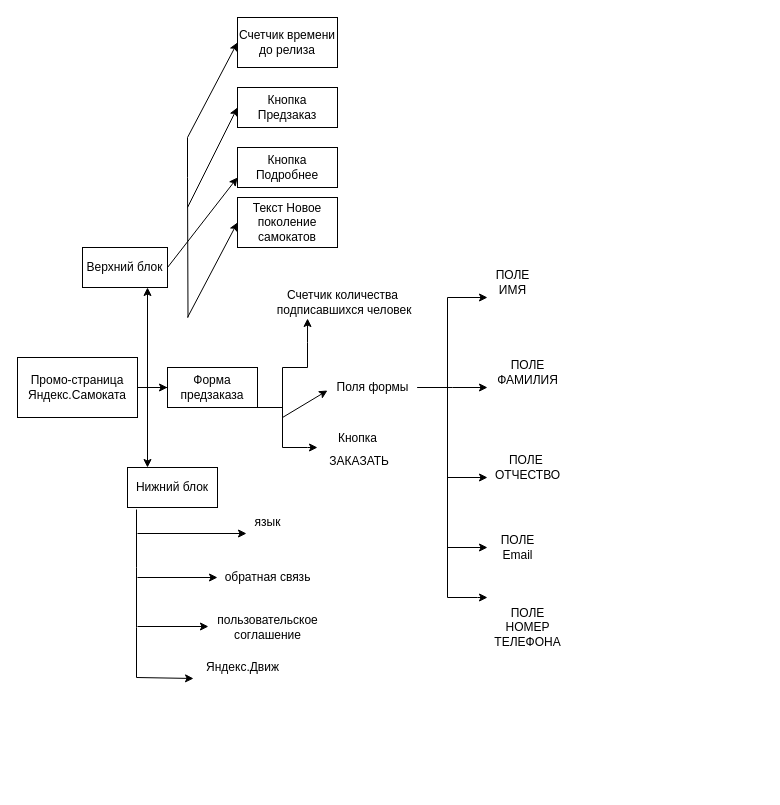
azatmuhamedov/hello-world keeps this draw.io diagram as Untitled Diagram.drawio. Above is the earlier version. Source tidied: cells renumbered, new cells numbered last; positions are measured from the earlier drawing's top-left corner, leaving out a move shared by most shapes. Both pictures are drawn from the tidied source at 100%, with x=0, y=0 at pixel (17, 17).
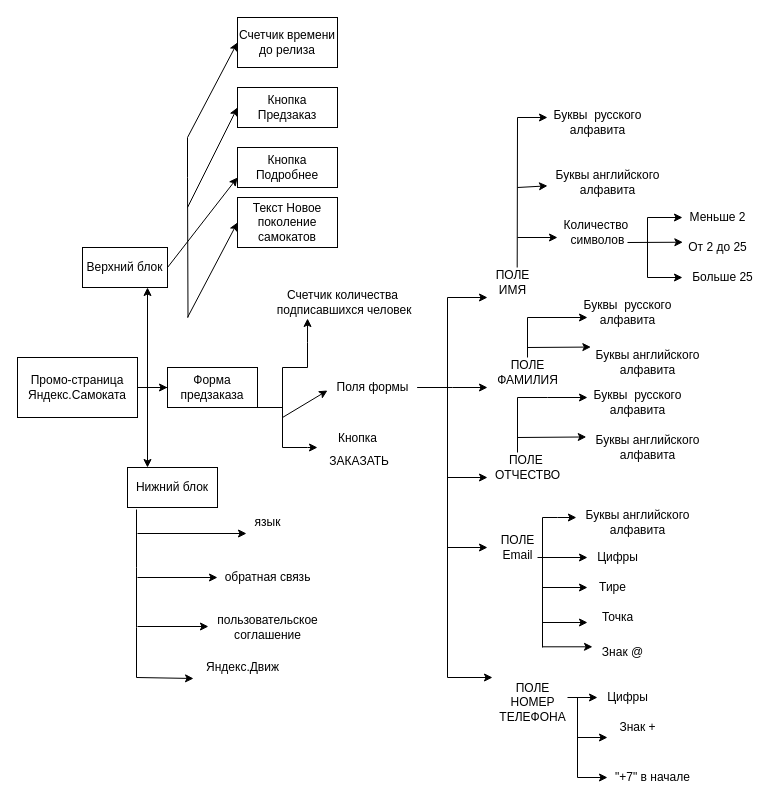
The same diagram, later.

The change refers to these unchanged cells:
```xml
<mxCell id="23" value="Поля формы" style="text;html=1;align=center;verticalAlign=middle;points=[];strokeColor=none;fillColor=none;fontSize=12;" parent="1" vertex="1">
  <mxGeometry x="310" y="360" width="90" height="20" as="geometry" />
</mxCell>
```

What changed in the source:
```diff
@@
-    <mxCell id="22" style="edgeStyle=orthogonalEdgeStyle;rounded=0;jettySize=auto;html=1;" parent="1" edge="1" source="23">
+    <mxCell id="22" style="edgeStyle=orthogonalEdgeStyle;rounded=0;jettySize=auto;html=1;" parent="1" edge="1" source="23" target="42">
       <mxGeometry relative="1" as="geometry">
-        <mxPoint x="470" y="580" as="targetPoint" />
         <Array as="points">
           <mxPoint x="430" y="370" />
-          <mxPoint x="430" y="580" />
-          <mxPoint x="460" y="580" />
+          <mxPoint x="430" y="660" />
+          <mxPoint x="540" y="660" />
         </Array>
       </mxGeometry>
     </mxCell>
@@
     <mxCell id="42" value="ПОЛЕ&lt;br&gt;НОМЕР&lt;br&gt;ТЕЛЕФОНА" style="text;html=1;align=center;verticalAlign=middle;points=[];strokeColor=none;fillColor=none;" parent="1" vertex="1">
-      <mxGeometry x="470" y="585" width="80" height="50" as="geometry" />
+      <mxGeometry x="475" y="660" width="80" height="50" as="geometry" />
     </mxCell>
+    <mxCell id="43" value="Буквы&amp;nbsp; русского&lt;br&gt;алфавита" style="text;html=1;align=center;verticalAlign=middle;points=[];strokeColor=none;fillColor=none;" parent="1" vertex="1">
+      <mxGeometry x="530" y="90" width="100" height="30" as="geometry" />
+    </mxCell>
+    <mxCell id="44" value="Буквы английского&lt;br&gt;алфавита" style="text;html=1;align=center;verticalAlign=middle;points=[];strokeColor=none;fillColor=none;" parent="1" vertex="1">
+      <mxGeometry x="530" y="150" width="120" height="30" as="geometry" />
+    </mxCell>
+    <mxCell id="45" value="Количество&amp;nbsp;&lt;br&gt;символов" style="text;html=1;align=center;verticalAlign=middle;strokeColor=none;fillColor=none;" parent="1" vertex="1">
+      <mxGeometry x="540" y="200" width="80" height="30" as="geometry" />
+    </mxCell>
+    <mxCell id="46" style="endArrow=classic;html=1;rounded=0;entryX=0;entryY=0.333;entryDx=0;entryDy=0;entryPerimeter=0;" parent="1" edge="1" target="43">
+      <mxGeometry relative="1" as="geometry">
+        <mxPoint x="500" y="100" as="sourcePoint" />
+      </mxGeometry>
+    </mxCell>
+    <mxCell id="47" style="endArrow=none;html=1;rounded=0;" parent="1" edge="1">
+      <mxGeometry relative="1" as="geometry">
+        <mxPoint x="499.7" y="250" as="sourcePoint" />
+        <mxPoint x="500" y="100" as="targetPoint" />
+      </mxGeometry>
+    </mxCell>
+    <mxCell id="48" style="endArrow=classic;html=1;rounded=0;" parent="1" edge="1" target="44">
+      <mxGeometry relative="1" as="geometry">
+        <mxPoint x="500" y="170" as="sourcePoint" />
+      </mxGeometry>
+    </mxCell>
+    <mxCell id="49" style="endArrow=classic;html=1;rounded=0;" parent="1" edge="1">
+      <mxGeometry relative="1" as="geometry">
+        <mxPoint x="500" y="220" as="sourcePoint" />
+        <mxPoint x="540" y="220" as="targetPoint" />
+      </mxGeometry>
+    </mxCell>
+    <mxCell id="50" value="Буквы&amp;nbsp; русского&lt;br&gt;алфавита" style="text;html=1;align=center;verticalAlign=middle;points=[];strokeColor=none;fillColor=none;" parent="1" vertex="1">
+      <mxGeometry x="560" y="280" width="100" height="30" as="geometry" />
+    </mxCell>
+    <mxCell id="51" value="Буквы английского&lt;br&gt;алфавита" style="text;html=1;align=center;verticalAlign=middle;points=[];strokeColor=none;fillColor=none;" parent="1" vertex="1">
+      <mxGeometry x="570" y="330" width="120" height="30" as="geometry" />
+    </mxCell>
+    <mxCell id="52" style="endArrow=none;html=1;rounded=0;" parent="1" edge="1">
+      <mxGeometry relative="1" as="geometry">
+        <mxPoint x="510" y="340" as="sourcePoint" />
+        <mxPoint x="510" y="300" as="targetPoint" />
+      </mxGeometry>
+    </mxCell>
+    <mxCell id="53" style="endArrow=classic;html=1;rounded=0;entryX=0.1;entryY=0.667;entryDx=0;entryDy=0;entryPerimeter=0;" parent="1" edge="1" target="50">
+      <mxGeometry relative="1" as="geometry">
+        <mxPoint x="510" y="300" as="sourcePoint" />
+      </mxGeometry>
+    </mxCell>
+    <mxCell id="54" style="endArrow=classic;html=1;rounded=0;entryX=0.028;entryY=-0.015;entryDx=0;entryDy=0;entryPerimeter=0;" parent="1" edge="1" target="51">
+      <mxGeometry relative="1" as="geometry">
+        <mxPoint x="510" y="330" as="sourcePoint" />
+      </mxGeometry>
+    </mxCell>
+    <mxCell id="55" value="Буквы&amp;nbsp; русского&lt;br&gt;алфавита" style="text;html=1;align=center;verticalAlign=middle;strokeColor=none;fillColor=none;" parent="1" vertex="1">
+      <mxGeometry x="570" y="370" width="100" height="30" as="geometry" />
+    </mxCell>
+    <mxCell id="56" value="Буквы английского&lt;br&gt;алфавита" style="text;html=1;align=center;verticalAlign=middle;points=[];strokeColor=none;fillColor=none;" parent="1" vertex="1">
+      <mxGeometry x="570" y="415" width="120" height="30" as="geometry" />
+    </mxCell>
+    <mxCell id="57" style="endArrow=classic;html=1;rounded=0;" parent="1" edge="1">
+      <mxGeometry relative="1" as="geometry">
+        <mxPoint x="500" y="380" as="sourcePoint" />
+        <mxPoint x="570" y="380" as="targetPoint" />
+        <Array as="points">
+          <mxPoint x="530" y="380" />
+        </Array>
+      </mxGeometry>
+    </mxCell>
+    <mxCell id="58" style="endArrow=none;html=1;rounded=0;" parent="1" edge="1">
+      <mxGeometry relative="1" as="geometry">
+        <mxPoint x="500" y="435" as="sourcePoint" />
+        <mxPoint x="500" y="380" as="targetPoint" />
+      </mxGeometry>
+    </mxCell>
+    <mxCell id="59" style="endArrow=classic;html=1;rounded=0;entryX=-0.01;entryY=0.149;entryDx=0;entryDy=0;entryPerimeter=0;" parent="1" edge="1" target="56">
+      <mxGeometry relative="1" as="geometry">
+        <mxPoint x="500" y="420" as="sourcePoint" />
+      </mxGeometry>
+    </mxCell>
+    <mxCell id="60" value="Буквы английского&lt;br&gt;алфавита" style="text;html=1;align=center;verticalAlign=middle;points=[];strokeColor=none;fillColor=none;" parent="1" vertex="1">
+      <mxGeometry x="560" y="490" width="120" height="30" as="geometry" />
+    </mxCell>
+    <mxCell id="61" style="endArrow=classic;html=1;rounded=0;" parent="1" edge="1">
+      <mxGeometry relative="1" as="geometry">
+        <mxPoint x="520" y="540" as="sourcePoint" />
+        <mxPoint x="570" y="540" as="targetPoint" />
+      </mxGeometry>
+    </mxCell>
+    <mxCell id="62" value="Цифры" style="text;html=1;align=center;verticalAlign=middle;strokeColor=none;fillColor=none;" parent="1" vertex="1">
+      <mxGeometry x="570" y="530" width="60" height="20" as="geometry" />
+    </mxCell>
+    <mxCell id="63" value="Тире" style="text;html=1;align=center;verticalAlign=middle;strokeColor=none;fillColor=none;" parent="1" vertex="1">
+      <mxGeometry x="575" y="560" width="40" height="20" as="geometry" />
+    </mxCell>
+    <mxCell id="64" value="Точка" style="text;html=1;align=center;verticalAlign=middle;strokeColor=none;fillColor=none;" parent="1" vertex="1">
+      <mxGeometry x="575" y="590" width="50" height="20" as="geometry" />
+    </mxCell>
+    <mxCell id="65" value="Знак @" style="text;html=1;align=center;verticalAlign=middle;strokeColor=none;fillColor=none;" parent="1" vertex="1">
+      <mxGeometry x="575" y="625" width="60" height="20" as="geometry" />
+    </mxCell>
+    <mxCell id="66" style="endArrow=none;html=1;rounded=0;" parent="1" edge="1">
+      <mxGeometry relative="1" as="geometry">
+        <mxPoint x="525" y="630" as="sourcePoint" />
+        <mxPoint x="525" y="500" as="targetPoint" />
+      </mxGeometry>
+    </mxCell>
+    <mxCell id="67" style="endArrow=classic;html=1;rounded=0;entryX=-0.009;entryY=0.334;entryDx=0;entryDy=0;entryPerimeter=0;" parent="1" edge="1" target="60">
+      <mxGeometry relative="1" as="geometry">
+        <mxPoint x="525" y="500" as="sourcePoint" />
+        <Array as="points">
+          <mxPoint x="540" y="500" />
+        </Array>
+      </mxGeometry>
+    </mxCell>
+    <mxCell id="68" style="endArrow=classic;html=1;rounded=0;" parent="1" edge="1">
+      <mxGeometry relative="1" as="geometry">
+        <mxPoint x="525" y="570" as="sourcePoint" />
+        <mxPoint x="570" y="570" as="targetPoint" />
+      </mxGeometry>
+    </mxCell>
+    <mxCell id="69" style="endArrow=classic;html=1;rounded=0;" parent="1" edge="1">
+      <mxGeometry relative="1" as="geometry">
+        <mxPoint x="525" y="605" as="sourcePoint" />
+        <mxPoint x="570" y="605" as="targetPoint" />
+      </mxGeometry>
+    </mxCell>
+    <mxCell id="70" style="endArrow=classic;html=1;rounded=0;" parent="1" edge="1">
+      <mxGeometry relative="1" as="geometry">
+        <mxPoint x="525" y="629.3" as="sourcePoint" />
+        <mxPoint x="575" y="629.3" as="targetPoint" />
+      </mxGeometry>
+    </mxCell>
+    <mxCell id="71" value="Цифры" style="text;html=1;align=center;verticalAlign=middle;points=[];strokeColor=none;fillColor=none;" parent="1" vertex="1">
+      <mxGeometry x="580" y="670" width="60" height="20" as="geometry" />
+    </mxCell>
+    <mxCell id="72" value="Знак +" style="text;html=1;align=center;verticalAlign=middle;strokeColor=none;fillColor=none;" parent="1" vertex="1">
+      <mxGeometry x="595" y="700" width="50" height="20" as="geometry" />
+    </mxCell>
+    <mxCell id="73" value="&quot;+7&quot; в начале" style="text;html=1;align=center;verticalAlign=middle;points=[];strokeColor=none;fillColor=none;" parent="1" vertex="1">
+      <mxGeometry x="590" y="750" width="90" height="20" as="geometry" />
+    </mxCell>
+    <mxCell id="74" style="endArrow=none;html=1;rounded=0;" parent="1" edge="1">
+      <mxGeometry relative="1" as="geometry">
+        <mxPoint x="560" y="760" as="sourcePoint" />
+        <mxPoint x="560" y="680" as="targetPoint" />
+      </mxGeometry>
+    </mxCell>
+    <mxCell id="75" style="endArrow=classic;html=1;rounded=0;" parent="1" edge="1" target="71">
+      <mxGeometry relative="1" as="geometry">
+        <mxPoint x="550" y="680" as="sourcePoint" />
+      </mxGeometry>
+    </mxCell>
+    <mxCell id="76" style="endArrow=classic;html=1;rounded=0;" parent="1" edge="1">
+      <mxGeometry relative="1" as="geometry">
+        <mxPoint x="560" y="720" as="sourcePoint" />
+        <mxPoint x="590" y="720" as="targetPoint" />
+      </mxGeometry>
+    </mxCell>
+    <mxCell id="77" style="endArrow=classic;html=1;rounded=0;" parent="1" edge="1" target="73">
+      <mxGeometry relative="1" as="geometry">
+        <mxPoint x="560" y="760" as="sourcePoint" />
+      </mxGeometry>
+    </mxCell>
+    <mxCell id="78" value="Меньше 2" style="text;html=1;align=center;verticalAlign=middle;points=[];strokeColor=none;fillColor=none;" parent="1" vertex="1">
+      <mxGeometry x="665" y="190" width="70" height="20" as="geometry" />
+    </mxCell>
+    <mxCell id="79" value="От 2 до 25" style="text;html=1;align=center;verticalAlign=middle;points=[];strokeColor=none;fillColor=none;" parent="1" vertex="1">
+      <mxGeometry x="665" y="220" width="70" height="20" as="geometry" />
+    </mxCell>
+    <mxCell id="80" value="Больше 25" style="text;html=1;align=center;verticalAlign=middle;points=[];strokeColor=none;fillColor=none;" parent="1" vertex="1">
+      <mxGeometry x="665" y="250" width="80" height="20" as="geometry" />
+    </mxCell>
+    <mxCell id="81" style="endArrow=classic;html=1;rounded=0;entryX=0.005;entryY=0.236;entryDx=0;entryDy=0;entryPerimeter=0;" parent="1" edge="1" target="79">
+      <mxGeometry relative="1" as="geometry">
+        <mxPoint x="610" y="225" as="sourcePoint" />
+      </mxGeometry>
+    </mxCell>
+    <mxCell id="82" style="endArrow=classic;html=1;rounded=0;" parent="1" edge="1" target="80">
+      <mxGeometry relative="1" as="geometry">
+        <mxPoint x="630" y="260" as="sourcePoint" />
+      </mxGeometry>
+    </mxCell>
+    <mxCell id="83" style="endArrow=none;html=1;rounded=0;" parent="1" edge="1">
+      <mxGeometry relative="1" as="geometry">
+        <mxPoint x="630" y="260" as="sourcePoint" />
+        <mxPoint x="630" y="200" as="targetPoint" />
+      </mxGeometry>
+    </mxCell>
+    <mxCell id="84" style="endArrow=classic;html=1;rounded=0;" parent="1" edge="1" target="78">
+      <mxGeometry relative="1" as="geometry">
+        <mxPoint x="630" y="200" as="sourcePoint" />
+      </mxGeometry>
+    </mxCell>
```
